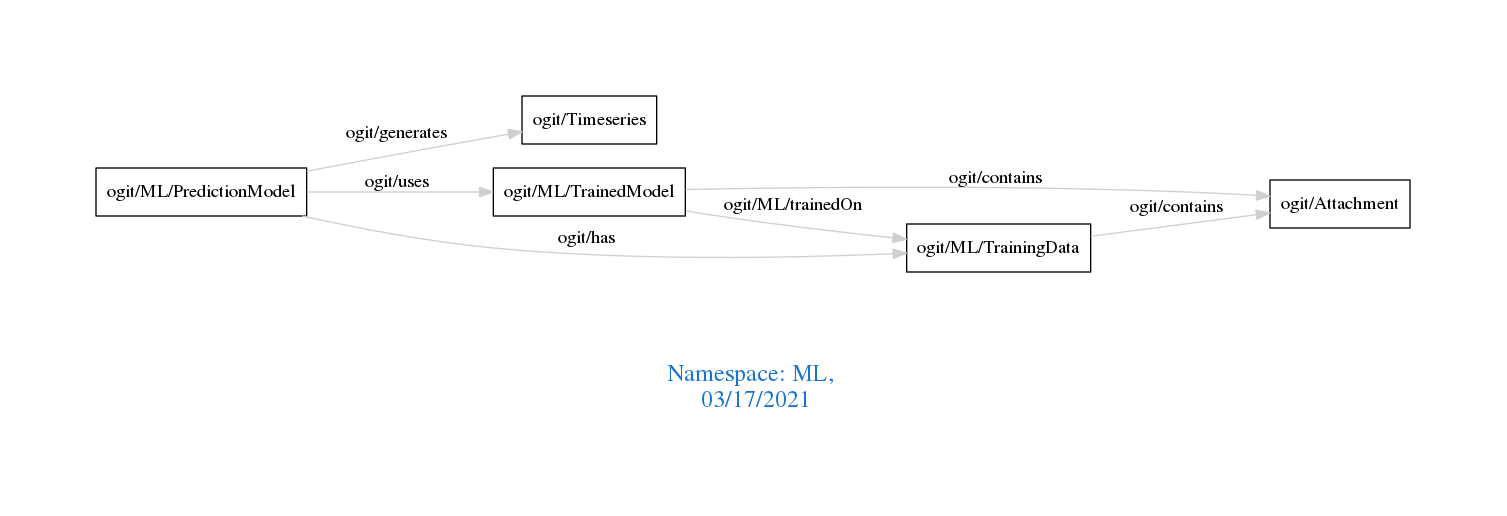
This is downloads/ML.png from arago/OGIT, a Graphviz export, as it was before one commit. Its source is kept beside it as downloads/ML.dot.
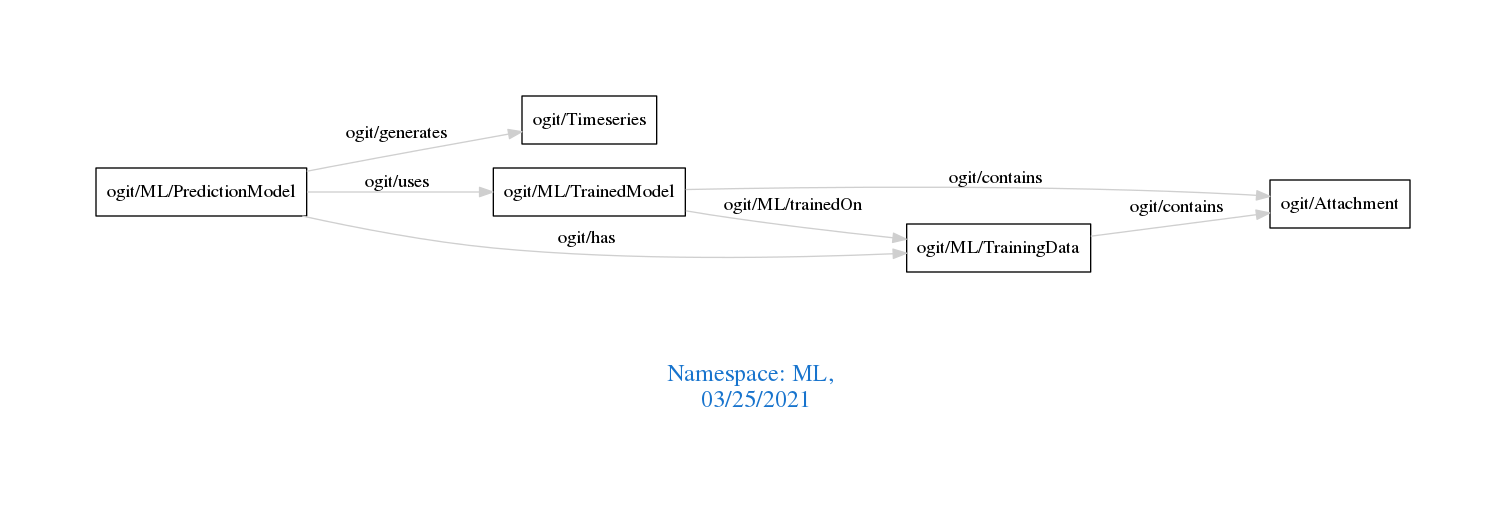
The same file after the commit.

Diff of the diagram source:
```diff
@@ -1,7 +1,7 @@
 digraph OGIT_ontology {
  graph [ rankdir= LR,pad=1
 fontsize = 18,
-fontcolor= dodgerblue3,label = "\n\n\nNamespace: ML, \n 03/17/2021"];
+fontcolor= dodgerblue3,label = "\n\n\nNamespace: ML, \n 03/25/2021"];
 node[shape=polygon];
 edge [  color="gray81"];
 
```
